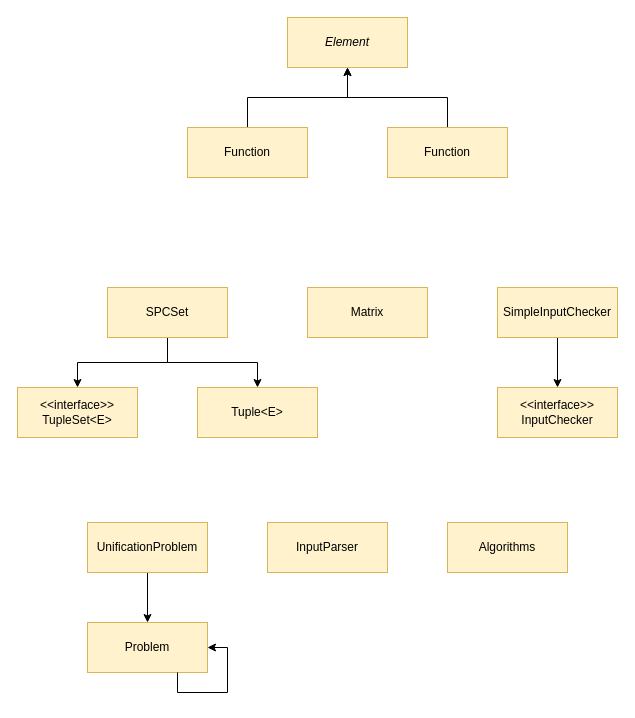
Before: Presentation/SystemModelPresentation.drawio in SophieHofmanninger/Solving-proximity-constraints, a draw.io diagram. Source tidied: cells renumbered, new cells numbered last; positions are measured from the earlier drawing's top-left corner, leaving out a move shared by most shapes. Both pictures are drawn from the tidied source at 100%, with x=0, y=0 at pixel (17, 17).
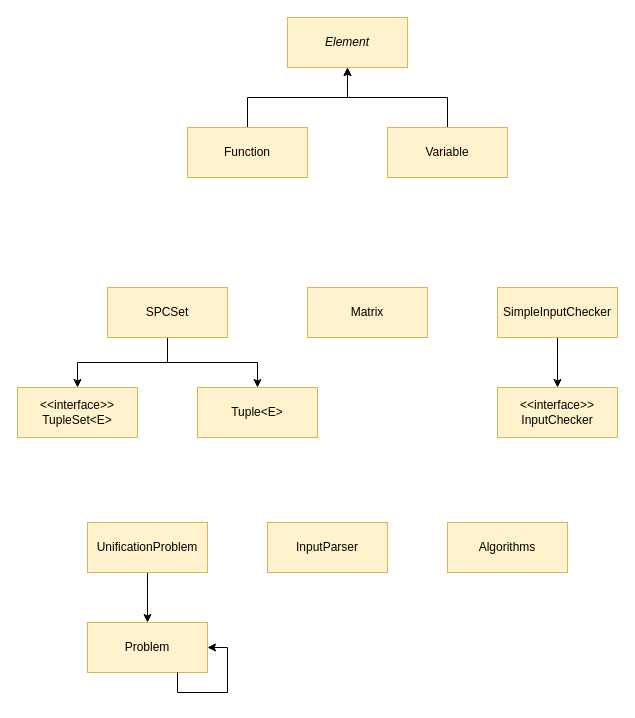
The same diagram, later.

What changed in the source:
```diff
@@
-    <mxCell id="6" value="Function" style="rounded=0;whiteSpace=wrap;html=1;fillColor=#fff2cc;strokeColor=#d6b656;" parent="1" vertex="1">
+    <mxCell id="6" value="Variable" style="rounded=0;whiteSpace=wrap;html=1;fillColor=#fff2cc;strokeColor=#d6b656;" parent="1" vertex="1">
       <mxGeometry x="370" y="110" width="120" height="50" as="geometry" />
     </mxCell>
```
